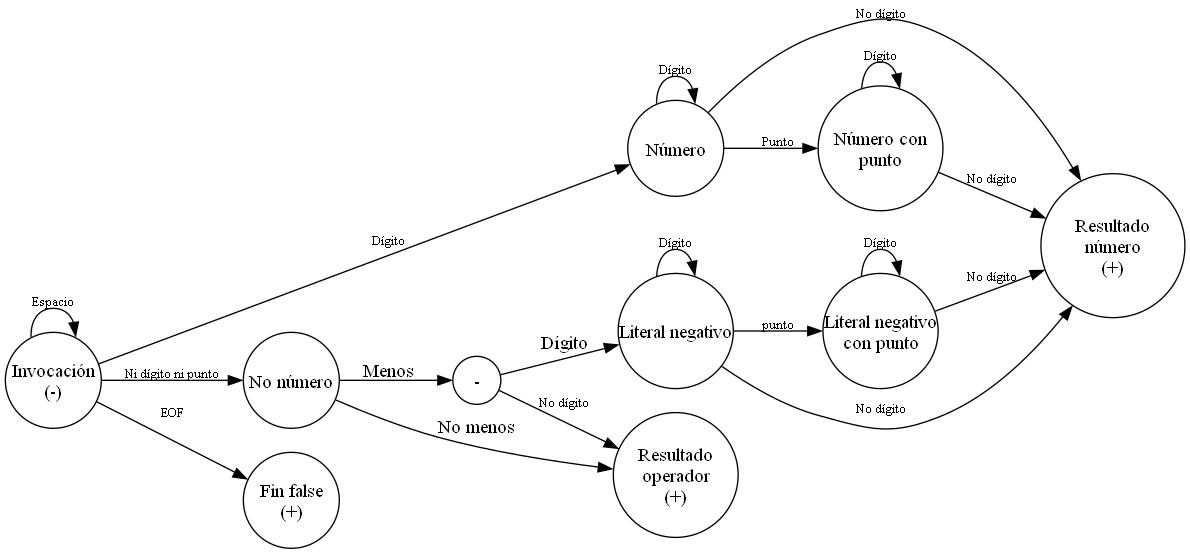
Before: PolCalc/Scanner.png, a diagram exported from Graphviz (SebaR1/Tp-SSL-Equipo1-2023). Its source is kept beside it as PolCalc/Scanner.gv.
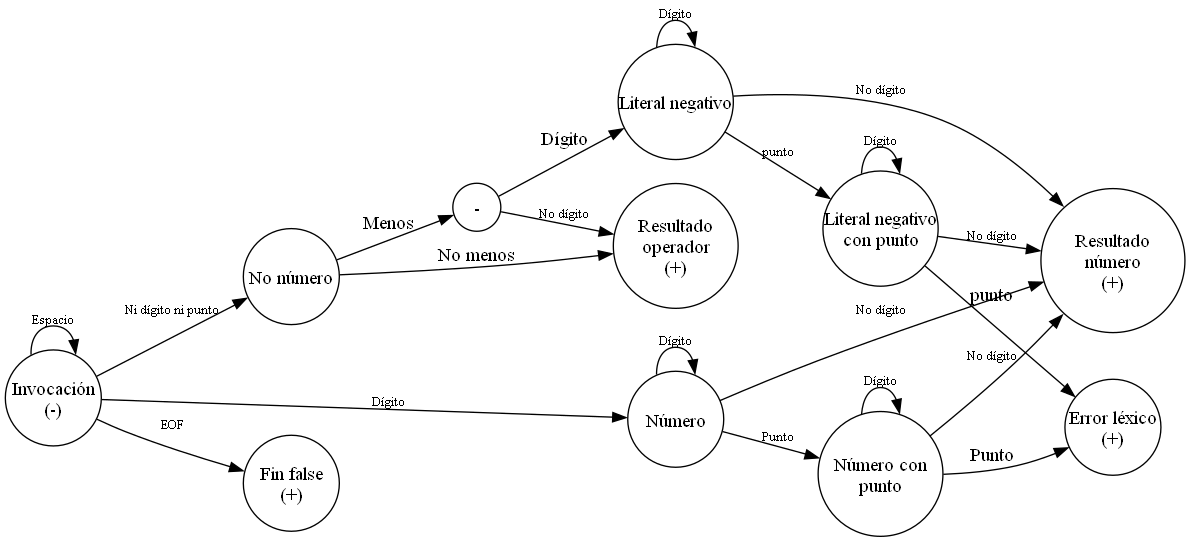
The same file after the commit.

What changed in the source:
```diff
@@ -6,6 +6,7 @@
 I [label="Invocación\n(-)",fixedsize="true",width=1, height=0.8];
 Num [label="Número",fixedsize="true", width=1, height=0.8];
 Nonum[label="No número",fixedsize="true", width=1, height=0.8];
+Err [label="Error léxico\n(+)",fixedsize="true",width=1, height=0.8];
 fin [label="Fin false\n(+)",fixedsize="true",width=1, height=0.8];
 res [label="-",fixedsize="true"];
 Lit [label="Literal negativo",fixedsize="true", width=1.2, height=0.8];
@@ -22,6 +23,7 @@
 Num -> Numfloat [label = "Punto", labeldistance="1" ,fontsize="10"];
 Numfloat -> Numfloat [label = "Dígito", labeldistance="1" ,fontsize="10"];
 Numfloat -> ResultNum [label = "No dígito", labeldistance="1" ,fontsize="10"];
+Numfloat -> Err [label = "Punto"];
 Num -> ResultNum [label = "No dígito",fontsize="10"];
 Nonum -> res [label = "Menos"]
 Nonum -> ResultOp[label = "No menos"]
@@ -32,5 +34,6 @@
 Lit -> Litpunto [label = "punto", fontsize="10"];
 Litpunto -> Litpunto [label = "Dígito", fontsize="10"];
 Litpunto -> ResultNum [label = "No dígito", fontsize="10"];
+Litpunto -> Err [label = "punto"];
 }
 
```
